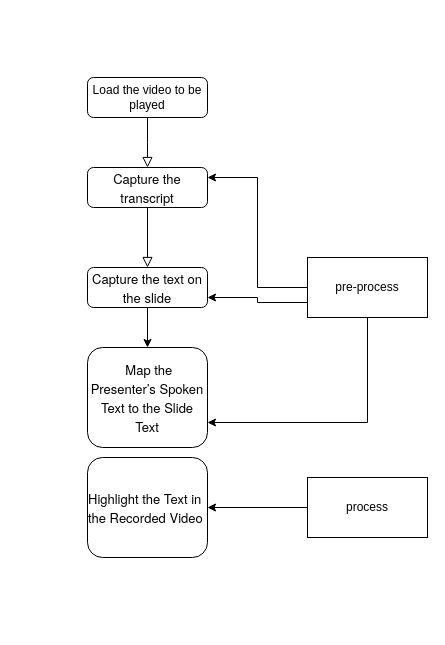
pandu-test-org/pandu-test-repo keeps this draw.io diagram as Untitled Diagram.drawio. Above is the earlier version. Source tidied: cells renumbered, new cells numbered last; positions are measured from the earlier drawing's top-left corner, leaving out a move shared by most shapes. Both pictures are drawn from the tidied source at 100%, with x=0, y=0 at pixel (87, 77).
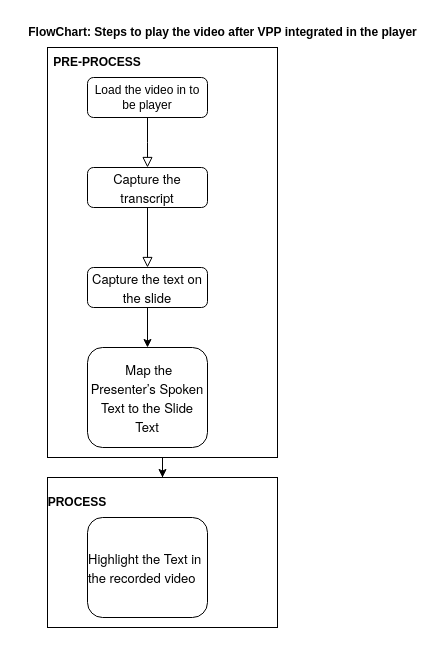
Above is the later version.

The edit, as a diff of the source:
```diff
@@
 <mxGraphModel>
   <root>
     <mxCell id="0" />
     <mxCell id="1" parent="0" />
     <mxCell id="2" style="rounded=0;html=1;jettySize=auto;fontSize=11;endArrow=block;endFill=0;endSize=8;strokeWidth=1;shadow=0;labelBackgroundColor=none;edgeStyle=orthogonalEdgeStyle;" parent="1" edge="1" source="3">
       <mxGeometry relative="1" as="geometry">
         <mxPoint x="60" y="90" as="targetPoint" />
       </mxGeometry>
     </mxCell>
-    <mxCell id="3" value="Load the video to be played" style="rounded=1;whiteSpace=wrap;html=1;fontSize=12;glass=0;strokeWidth=1;shadow=0;" parent="1" vertex="1">
+    <mxCell id="3" value="Load the video in to be player" style="rounded=1;whiteSpace=wrap;html=1;fontSize=12;glass=0;strokeWidth=1;shadow=0;" parent="1" vertex="1">
       <mxGeometry width="120" height="40" as="geometry" />
     </mxCell>
     <mxCell id="4" style="rounded=0;html=1;jettySize=auto;fontSize=11;endArrow=block;endFill=0;endSize=8;strokeWidth=1;shadow=0;labelBackgroundColor=none;edgeStyle=orthogonalEdgeStyle;" parent="1" edge="1" target="5">
       <mxGeometry x="0.33" y="20" relative="1" as="geometry">
         <mxPoint x="60" y="290" as="sourcePoint" />
       </mxGeometry>
     </mxCell>
     <mxCell id="5" value="&lt;p style=&quot;margin: 0px; font-variant-numeric: normal; font-variant-east-asian: normal; font-variant-alternates: normal; font-size-adjust: none; font-kerning: auto; font-optical-sizing: auto; font-feature-settings: normal; font-variation-settings: normal; font-variant-position: normal; font-stretch: normal; font-size: 13px; line-height: normal; font-family: &amp;quot;Helvetica Neue&amp;quot;;&quot; class=&quot;p1&quot;&gt;&lt;span class=&quot;Apple-converted-space&quot;&gt;&amp;nbsp;&lt;/span&gt;Map the Presenter’s Spoken Text to the Slide Text&lt;/p&gt;" style="rounded=1;whiteSpace=wrap;html=1;fontSize=12;glass=0;strokeWidth=1;shadow=0;align=center;" parent="1" vertex="1">
       <mxGeometry y="270" width="120" height="100" as="geometry" />
     </mxCell>
     <mxCell id="6" value="&lt;p style=&quot;margin: 0px; font-variant-numeric: normal; font-variant-east-asian: normal; font-variant-alternates: normal; font-size-adjust: none; font-kerning: auto; font-optical-sizing: auto; font-feature-settings: normal; font-variation-settings: normal; font-variant-position: normal; font-stretch: normal; font-size: 13px; line-height: normal; font-family: &amp;quot;Helvetica Neue&amp;quot;;&quot; class=&quot;p1&quot;&gt;Capture the transcript&lt;/p&gt;" style="rounded=1;whiteSpace=wrap;html=1;fontSize=12;glass=0;strokeWidth=1;shadow=0;align=center;" parent="1" vertex="1">
       <mxGeometry y="90" width="120" height="40" as="geometry" />
     </mxCell>
-    <mxCell id="7" value="&lt;p style=&quot;margin: 0px; font-variant-numeric: normal; font-variant-east-asian: normal; font-variant-alternates: normal; font-size-adjust: none; font-kerning: auto; font-optical-sizing: auto; font-feature-settings: normal; font-variation-settings: normal; font-variant-position: normal; font-stretch: normal; font-size: 13px; line-height: normal; font-family: &amp;quot;Helvetica Neue&amp;quot;; text-align: start;&quot; class=&quot;p1&quot;&gt;Highlight the Text in the Recorded Video&lt;/p&gt;" style="rounded=1;whiteSpace=wrap;html=1;fontSize=12;glass=0;strokeWidth=1;shadow=0;" parent="1" vertex="1">
-      <mxGeometry y="380" width="120" height="100" as="geometry" />
+    <mxCell id="7" value="&lt;p style=&quot;margin: 0px; font-variant-numeric: normal; font-variant-east-asian: normal; font-variant-alternates: normal; font-size-adjust: none; font-kerning: auto; font-optical-sizing: auto; font-feature-settings: normal; font-variation-settings: normal; font-variant-position: normal; font-stretch: normal; font-size: 13px; line-height: normal; font-family: &amp;quot;Helvetica Neue&amp;quot;; text-align: start;&quot; class=&quot;p1&quot;&gt;Highlight the Text in the recorded video&lt;/p&gt;" style="rounded=1;whiteSpace=wrap;html=1;fontSize=12;glass=0;strokeWidth=1;shadow=0;fillColor=none;" parent="1" vertex="1">
+      <mxGeometry y="440" width="120" height="100" as="geometry" />
     </mxCell>
     <mxCell id="8" style="rounded=0;html=1;jettySize=auto;fontSize=11;endArrow=block;endFill=0;endSize=8;strokeWidth=1;shadow=0;labelBackgroundColor=none;edgeStyle=orthogonalEdgeStyle;exitX=0.5;exitY=1;exitDx=0;exitDy=0;" parent="1" edge="1" source="6" target="10">
       <mxGeometry y="20" relative="1" as="geometry" />
     </mxCell>
     <mxCell id="9" style="edgeStyle=orthogonalEdgeStyle;rounded=0;jettySize=auto;html=1;exitX=0.5;exitY=1;exitDx=0;exitDy=0;entryX=0.5;entryY=0;entryDx=0;entryDy=0;" parent="1" edge="1" source="10" target="5">
       <mxGeometry relative="1" as="geometry" />
     </mxCell>
     <mxCell id="10" value="&lt;p style=&quot;margin: 0px; font-variant-numeric: normal; font-variant-east-asian: normal; font-variant-alternates: normal; font-size-adjust: none; font-kerning: auto; font-optical-sizing: auto; font-feature-settings: normal; font-variation-settings: normal; font-variant-position: normal; font-stretch: normal; font-size: 13px; line-height: normal; font-family: &amp;quot;Helvetica Neue&amp;quot;;&quot; class=&quot;p1&quot;&gt;Capture the text on the slide&lt;/p&gt;" style="rounded=1;whiteSpace=wrap;html=1;fontSize=12;glass=0;strokeWidth=1;shadow=0;align=center;" parent="1" vertex="1">
       <mxGeometry y="190" width="120" height="40" as="geometry" />
     </mxCell>
-    <mxCell id="11" style="edgeStyle=orthogonalEdgeStyle;rounded=0;jettySize=auto;html=1;entryX=1;entryY=0.25;entryDx=0;entryDy=0;" parent="1" edge="1" source="14" target="6">
-      <mxGeometry relative="1" as="geometry" />
-    </mxCell>
-    <mxCell id="12" style="edgeStyle=orthogonalEdgeStyle;rounded=0;jettySize=auto;html=1;exitX=0;exitY=0.75;exitDx=0;exitDy=0;entryX=1;entryY=0.75;entryDx=0;entryDy=0;" parent="1" edge="1" source="14" target="10">
-      <mxGeometry relative="1" as="geometry" />
-    </mxCell>
-    <mxCell id="13" style="edgeStyle=orthogonalEdgeStyle;rounded=0;jettySize=auto;html=1;exitX=0.5;exitY=1;exitDx=0;exitDy=0;entryX=1;entryY=0.75;entryDx=0;entryDy=0;" parent="1" edge="1" source="14" target="5">
-      <mxGeometry relative="1" as="geometry" />
-    </mxCell>
-    <mxCell id="14" value="pre-process" style="rounded=0;whiteSpace=wrap;html=1;" parent="1" vertex="1">
-      <mxGeometry x="220" y="180" width="120" height="60" as="geometry" />
-    </mxCell>
-    <mxCell id="15" style="edgeStyle=orthogonalEdgeStyle;rounded=0;jettySize=auto;html=1;entryX=1;entryY=0.5;entryDx=0;entryDy=0;" parent="1" edge="1" source="16" target="7">
-      <mxGeometry relative="1" as="geometry" />
-    </mxCell>
-    <mxCell id="16" value="process" style="rounded=0;whiteSpace=wrap;html=1;" parent="1" vertex="1">
-      <mxGeometry x="220" y="400" width="120" height="60" as="geometry" />
-    </mxCell>
+    <mxCell id="17" value="&lt;b&gt;FlowChart: Steps to play the video after VPP integrated in the player&lt;/b&gt;" style="text;html=1;align=center;verticalAlign=middle;strokeColor=none;fillColor=none;" parent="1" vertex="1">
+      <mxGeometry x="-70" y="-60" width="410" height="30" as="geometry" />
+    </mxCell>
+    <mxCell id="18" style="edgeStyle=orthogonalEdgeStyle;rounded=0;jettySize=auto;html=1;entryX=0.5;entryY=0;entryDx=0;entryDy=0;" parent="1" edge="1" source="19" target="20">
+      <mxGeometry relative="1" as="geometry" />
+    </mxCell>
+    <mxCell id="19" style="rounded=0;whiteSpace=wrap;html=1;fillColor=none;" parent="1" vertex="1">
+      <mxGeometry x="-40" y="-30" width="230" height="410" as="geometry" />
+    </mxCell>
+    <mxCell id="20" style="rounded=0;whiteSpace=wrap;html=1;fillColor=none;" parent="1" vertex="1">
+      <mxGeometry x="-40" y="400" width="230" height="150" as="geometry" />
+    </mxCell>
+    <mxCell id="21" value="&lt;b&gt;PROCESS&lt;/b&gt;" style="text;html=1;align=center;verticalAlign=middle;whiteSpace=wrap;rounded=0;" parent="1" vertex="1">
+      <mxGeometry x="-40" y="410" width="60" height="30" as="geometry" />
+    </mxCell>
+    <mxCell id="22" value="&lt;b&gt;PRE-PROCESS&lt;/b&gt;" style="text;html=1;align=center;verticalAlign=middle;whiteSpace=wrap;rounded=0;" parent="1" vertex="1">
+      <mxGeometry x="-40" y="-30" width="100" height="30" as="geometry" />
+    </mxCell>
   </root>
 </mxGraphModel>
```
